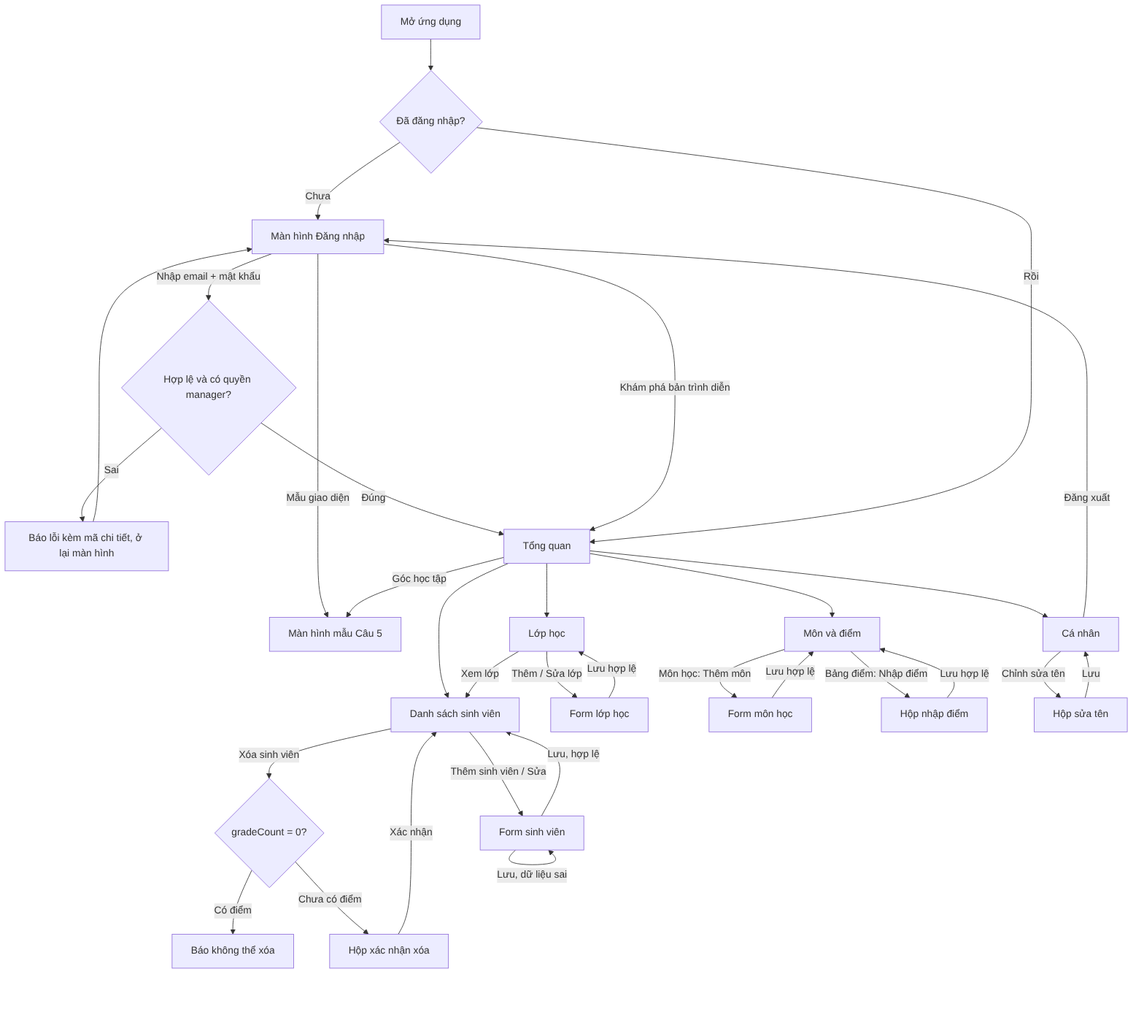
nbp3110/AppQuanLySinhVien-N05-1.26 keeps this Mermaid diagram as docs/diagrams/flow-man-hinh.png. Above is the earlier version. Its source is kept beside it as docs/diagrams/flow-man-hinh.mmd. Its diagram source:
```mermaid
flowchart TD
  A[Mở ứng dụng] --> B{Đã đăng nhập?}
  B -- Chưa --> L[Màn hình Đăng nhập]
  L -- Nhập email + mật khẩu --> V{Hợp lệ và có quyền manager?}
  V -- Sai --> E[Báo lỗi kèm mã chi tiết, ở lại màn hình]
  E --> L
  V -- Đúng --> H[Tổng quan]
  L -- Khám phá bản trình diễn --> H
  L -- Mẫu giao diện --> C5[Màn hình mẫu Câu 5]
  B -- Rồi --> H
  H --> SV[Danh sách sinh viên]
  H --> LH[Lớp học]
  H --> MD[Môn và điểm]
  H --> CN[Cá nhân]
  H -- Góc học tập --> C5
  SV -- Thêm sinh viên / Sửa --> F[Form sinh viên]
  F -- Lưu, dữ liệu sai --> F
  F -- Lưu, hợp lệ --> SV
  SV -- Xóa sinh viên --> X{gradeCount = 0?}
  X -- Có điểm --> XB[Báo không thể xóa]
  X -- Chưa có điểm --> XC[Hộp xác nhận xóa]
  XC -- Xác nhận --> SV
  LH -- Thêm / Sửa lớp --> LF[Form lớp học]
  LF -- Lưu hợp lệ --> LH
  LH -- Xem lớp --> SV
  MD -- Môn học: Thêm môn --> MF[Form môn học]
  MF -- Lưu hợp lệ --> MD
  MD -- Bảng điểm: Nhập điểm --> GF[Hộp nhập điểm]
  GF -- Lưu hợp lệ --> MD
  CN -- Chỉnh sửa tên --> CNF[Hộp sửa tên]
  CNF -- Lưu --> CN
  CN -- Đăng xuất --> L
```
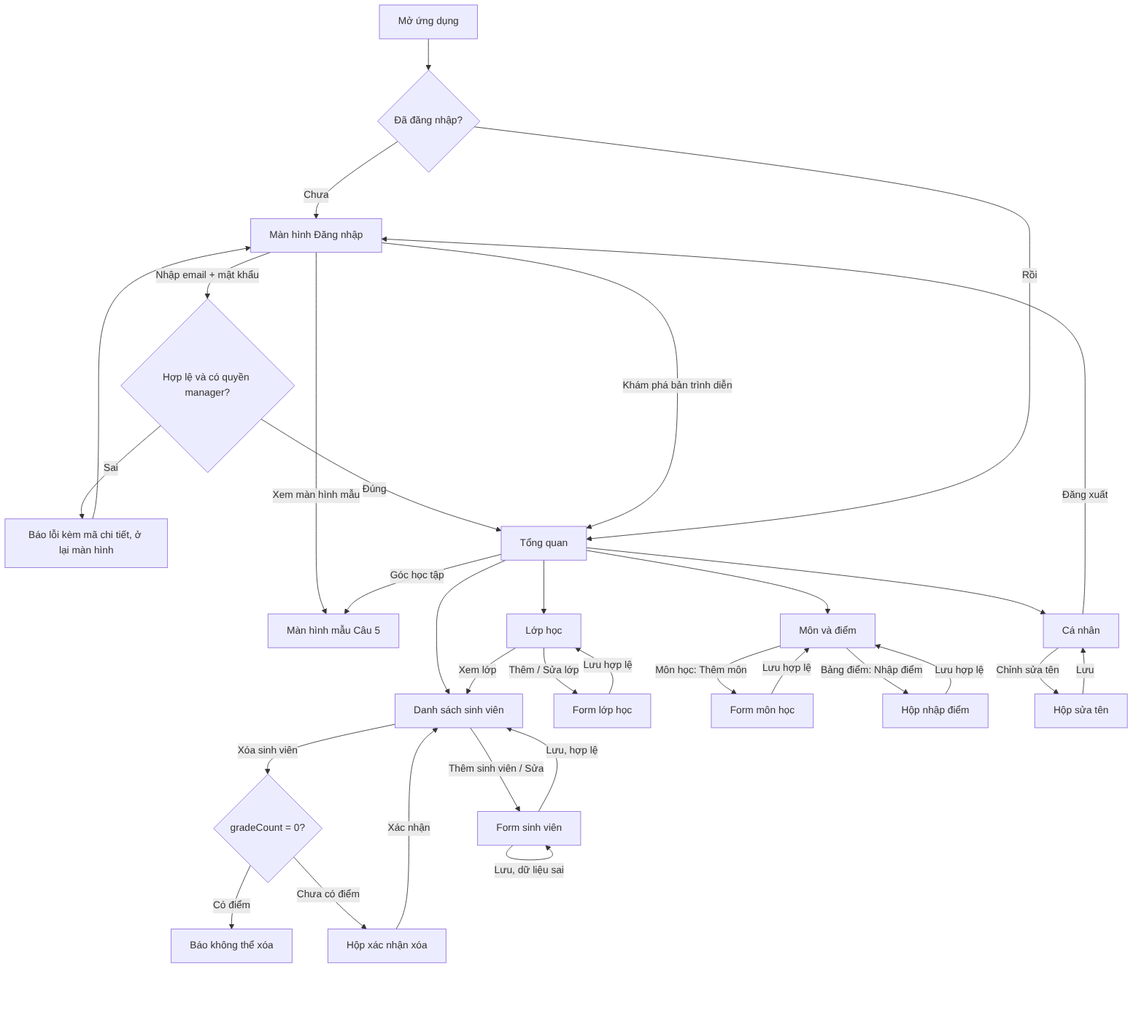
The same file after the commit.

Commit message:
style: đổi nhãn nút ở màn hình đăng nhập thành 'Xem màn hình mẫu'

Diff of the diagram source:
```diff
@@ -6,7 +6,7 @@
   E --> L
   V -- Đúng --> H[Tổng quan]
   L -- Khám phá bản trình diễn --> H
-  L -- Mẫu giao diện --> C5[Màn hình mẫu Câu 5]
+  L -- Xem màn hình mẫu --> C5[Màn hình mẫu Câu 5]
   B -- Rồi --> H
   H --> SV[Danh sách sinh viên]
   H --> LH[Lớp học]
```
